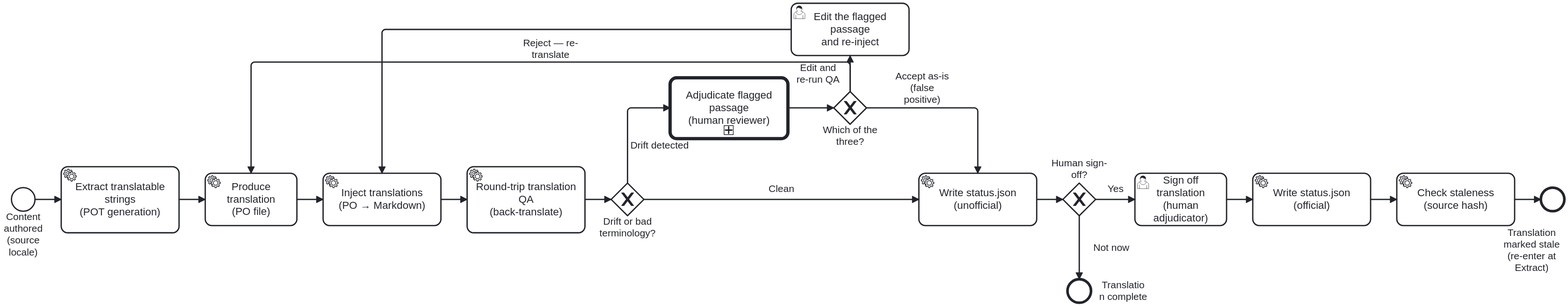
Earlier version of the BPMN export docs/assets/img/workflows/translation-workflow.svg (litlfred/cat-harness). Its source is kept beside it as processes/library/translation-workflow.bpmn. Ids are renumbered.
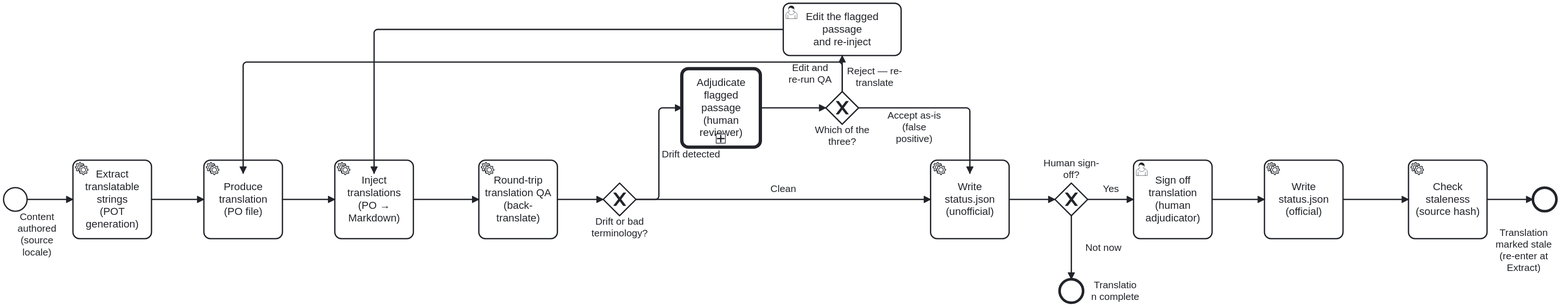
Later version of the same file.

Change to the diagram source:
```diff
@@ -271,24 +271,25 @@
     <bpmndi:BPMNPlane id="Plane_Translation" bpmnElement="Process_Translation">
       <bpmndi:BPMNShape id="Start_ContentAuthored_di" bpmnElement="Start_ContentAuthored">
         <dc:Bounds x="160" y="242" width="36" height="36" />
+        <bpmndi:BPMNLabel><dc:Bounds x="165.42" y="277.5" width="90" height="72" /></bpmndi:BPMNLabel>
       </bpmndi:BPMNShape>
       <bpmndi:BPMNShape id="Task_PotExtract_di" bpmnElement="Task_PotExtract">
-        <dc:Bounds x="236" y="209.5" width="180" height="101" />
+        <dc:Bounds x="266" y="200" width="120" height="120" />
       </bpmndi:BPMNShape>
       <bpmndi:BPMNShape id="Task_Translate_di" bpmnElement="Task_Translate">
-        <dc:Bounds x="456" y="220" width="140" height="80" />
+        <dc:Bounds x="466" y="200" width="120" height="120" />
       </bpmndi:BPMNShape>
       <bpmndi:BPMNShape id="Task_PoInject_di" bpmnElement="Task_PoInject">
-        <dc:Bounds x="636" y="220" width="180" height="80" />
+        <dc:Bounds x="666" y="200" width="120" height="120" />
       </bpmndi:BPMNShape>
       <bpmndi:BPMNShape id="Task_RoundTripQA_di" bpmnElement="Task_RoundTripQA">
-        <dc:Bounds x="856" y="209.5" width="180" height="101" />
+        <dc:Bounds x="886" y="200" width="120" height="120" />
       </bpmndi:BPMNShape>
       <bpmndi:BPMNShape id="Gateway_Drift_di" bpmnElement="Gateway_Drift" isMarkerVisible="true">
         <dc:Bounds x="1076" y="235" width="50" height="50" />
       </bpmndi:BPMNShape>
       <bpmndi:BPMNShape id="Task_Adjudicate_di" bpmnElement="Task_Adjudicate">
-        <dc:Bounds x="1166" y="73.5" width="180" height="93" />
+        <dc:Bounds x="1196" y="60" width="120" height="120" />
       </bpmndi:BPMNShape>
       <bpmndi:BPMNShape id="Gateway_PostQA_di" bpmnElement="Gateway_PostQA" isMarkerVisible="true">
         <dc:Bounds x="1416" y="95" width="50" height="50" />
@@ -307,7 +308,7 @@
         <di:waypoint x="726" y="220" />
       </bpmndi:BPMNEdge>
       <bpmndi:BPMNShape id="Task_WriteUnofficial_di" bpmnElement="Task_WriteUnofficial">
-        <dc:Bounds x="1546" y="220" width="180" height="80" />
+        <dc:Bounds x="1576" y="200" width="120" height="120" />
       </bpmndi:BPMNShape>
       <bpmndi:BPMNShape id="Gateway_Signoff_di" bpmnElement="Gateway_Signoff" isMarkerVisible="true">
         <dc:Bounds x="1766" y="235" width="50" height="50" />
@@ -318,51 +319,52 @@
 
       <bpmndi:BPMNLabel><dc:Bounds x="1813" y="382" width="90" height="36" /></bpmndi:BPMNLabel></bpmndi:BPMNShape>
       <bpmndi:BPMNShape id="Task_Signoff_di" bpmnElement="Task_Signoff">
-        <dc:Bounds x="1876" y="220" width="140" height="80" />
+        <dc:Bounds x="1886" y="200" width="120" height="120" />
       </bpmndi:BPMNShape>
       <bpmndi:BPMNShape id="Task_WriteOfficial_di" bpmnElement="Task_WriteOfficial">
-        <dc:Bounds x="2056" y="220" width="180" height="80" />
+        <dc:Bounds x="2086" y="200" width="120" height="120" />
       </bpmndi:BPMNShape>
       <bpmndi:BPMNShape id="Task_StalenessCheck_di" bpmnElement="Task_StalenessCheck">
-        <dc:Bounds x="2276" y="220" width="180" height="80" />
+        <dc:Bounds x="2306" y="200" width="120" height="120" />
       </bpmndi:BPMNShape>
       <bpmndi:BPMNShape id="End_Stale_di" bpmnElement="End_Stale">
         <dc:Bounds x="2496" y="242" width="36" height="36" />
-        <bpmndi:BPMNLabel><dc:Bounds x="2437" y="301.5" width="90" height="72" /></bpmndi:BPMNLabel>
-      </bpmndi:BPMNShape>
+
+      <bpmndi:BPMNLabel><dc:Bounds x="2437" y="301.5" width="90" height="72" /></bpmndi:BPMNLabel></bpmndi:BPMNShape>
 
       <bpmndi:BPMNEdge id="Flow_Start_di" bpmnElement="Flow_Start">
         <di:waypoint x="196" y="260" />
-        <di:waypoint x="236" y="260" />
+        <di:waypoint x="266" y="260" />
       </bpmndi:BPMNEdge>
       <bpmndi:BPMNEdge id="Flow_Extract_di" bpmnElement="Flow_Extract">
-        <di:waypoint x="416" y="260" />
-        <di:waypoint x="456" y="260" />
+        <di:waypoint x="386" y="260" />
+        <di:waypoint x="466" y="260" />
       </bpmndi:BPMNEdge>
       <bpmndi:BPMNEdge id="Flow_Translate_di" bpmnElement="Flow_Translate">
-        <di:waypoint x="596" y="260" />
-        <di:waypoint x="636" y="260" />
+        <di:waypoint x="586" y="260" />
+        <di:waypoint x="666" y="260" />
       </bpmndi:BPMNEdge>
       <bpmndi:BPMNEdge id="Flow_Inject_di" bpmnElement="Flow_Inject">
-        <di:waypoint x="816" y="260" />
-        <di:waypoint x="856" y="260" />
+        <di:waypoint x="786" y="260" />
+        <di:waypoint x="886" y="260" />
       </bpmndi:BPMNEdge>
       <bpmndi:BPMNEdge id="Flow_QA_di" bpmnElement="Flow_QA">
-        <di:waypoint x="1036" y="260" />
+        <di:waypoint x="1006" y="260" />
         <di:waypoint x="1076" y="260" />
       </bpmndi:BPMNEdge>
       <bpmndi:BPMNEdge id="Flow_DriftYes_di" bpmnElement="Flow_DriftYes">
-        <di:waypoint x="1101" y="235" />
-        <di:waypoint x="1101" y="120" />
-        <di:waypoint x="1166" y="120" />
-        <bpmndi:BPMNLabel><dc:Bounds x="1105" y="169" width="90" height="17" /></bpmndi:BPMNLabel>
+        <di:waypoint x="1126" y="260" />
+        <di:waypoint x="1161" y="260" />
+        <di:waypoint x="1161" y="120" />
+        <di:waypoint x="1196" y="120" />
+        <bpmndi:BPMNLabel><dc:Bounds x="1165" y="181.5" width="90" height="17" /></bpmndi:BPMNLabel>
       </bpmndi:BPMNEdge>
       <bpmndi:BPMNEdge id="Flow_DriftNo_di" bpmnElement="Flow_DriftNo">
         <di:waypoint x="1126" y="260" />
-        <di:waypoint x="1546" y="260" />
+        <di:waypoint x="1576" y="260" />
       </bpmndi:BPMNEdge>
       <bpmndi:BPMNEdge id="Flow_Adjudicated_di" bpmnElement="Flow_Adjudicated">
-        <di:waypoint x="1346" y="120" />
+        <di:waypoint x="1316" y="120" />
         <di:waypoint x="1416" y="120" />
       </bpmndi:BPMNEdge>
       <bpmndi:BPMNEdge id="Flow_PostQA_Redo_di" bpmnElement="Flow_PostQA_Redo">
@@ -370,21 +372,21 @@
         <di:waypoint x="1441" y="50" />
         <di:waypoint x="526" y="50" />
         <di:waypoint x="526" y="220" />
-        <bpmndi:BPMNLabel><dc:Bounds x="938.5" y="12" width="90" height="35" /></bpmndi:BPMNLabel>
+        <bpmndi:BPMNLabel><dc:Bounds x="1445" y="55" width="90" height="35" /></bpmndi:BPMNLabel>
       </bpmndi:BPMNEdge>
       <bpmndi:BPMNEdge id="Flow_PostQA_Accept_di" bpmnElement="Flow_PostQA_Accept">
         <di:waypoint x="1466" y="120" />
         <di:waypoint x="1636" y="120" />
         <di:waypoint x="1636" y="220" />
-        <bpmndi:BPMNLabel><dc:Bounds x="1506" y="63" width="90" height="54" /></bpmndi:BPMNLabel>
+        <bpmndi:BPMNLabel><dc:Bounds x="1506" y="123" width="90" height="54" /></bpmndi:BPMNLabel>
       </bpmndi:BPMNEdge>
       <bpmndi:BPMNEdge id="Flow_Unofficial_di" bpmnElement="Flow_Unofficial">
-        <di:waypoint x="1726" y="260" />
+        <di:waypoint x="1696" y="260" />
         <di:waypoint x="1766" y="260" />
       </bpmndi:BPMNEdge>
       <bpmndi:BPMNEdge id="Flow_SignoffYes_di" bpmnElement="Flow_SignoffYes">
         <di:waypoint x="1816" y="260" />
-        <di:waypoint x="1876" y="260" />
+        <di:waypoint x="1886" y="260" />
       </bpmndi:BPMNEdge>
       <bpmndi:BPMNEdge id="Flow_SignoffNo_di" bpmnElement="Flow_SignoffNo">
         <di:waypoint x="1791" y="285" />
@@ -392,15 +394,15 @@
         <bpmndi:BPMNLabel><dc:Bounds x="1795" y="325" width="90" height="17" /></bpmndi:BPMNLabel>
       </bpmndi:BPMNEdge>
       <bpmndi:BPMNEdge id="Flow_Signoff_di" bpmnElement="Flow_Signoff">
-        <di:waypoint x="2016" y="260" />
-        <di:waypoint x="2056" y="260" />
+        <di:waypoint x="2006" y="260" />
+        <di:waypoint x="2086" y="260" />
       </bpmndi:BPMNEdge>
       <bpmndi:BPMNEdge id="Flow_Official_di" bpmnElement="Flow_Official">
-        <di:waypoint x="2236" y="260" />
-        <di:waypoint x="2276" y="260" />
+        <di:waypoint x="2206" y="260" />
+        <di:waypoint x="2306" y="260" />
       </bpmndi:BPMNEdge>
       <bpmndi:BPMNEdge id="Flow_Stale_di" bpmnElement="Flow_Stale">
-        <di:waypoint x="2456" y="260" />
+        <di:waypoint x="2426" y="260" />
         <di:waypoint x="2496" y="260" />
       </bpmndi:BPMNEdge>
     </bpmndi:BPMNPlane>
```
